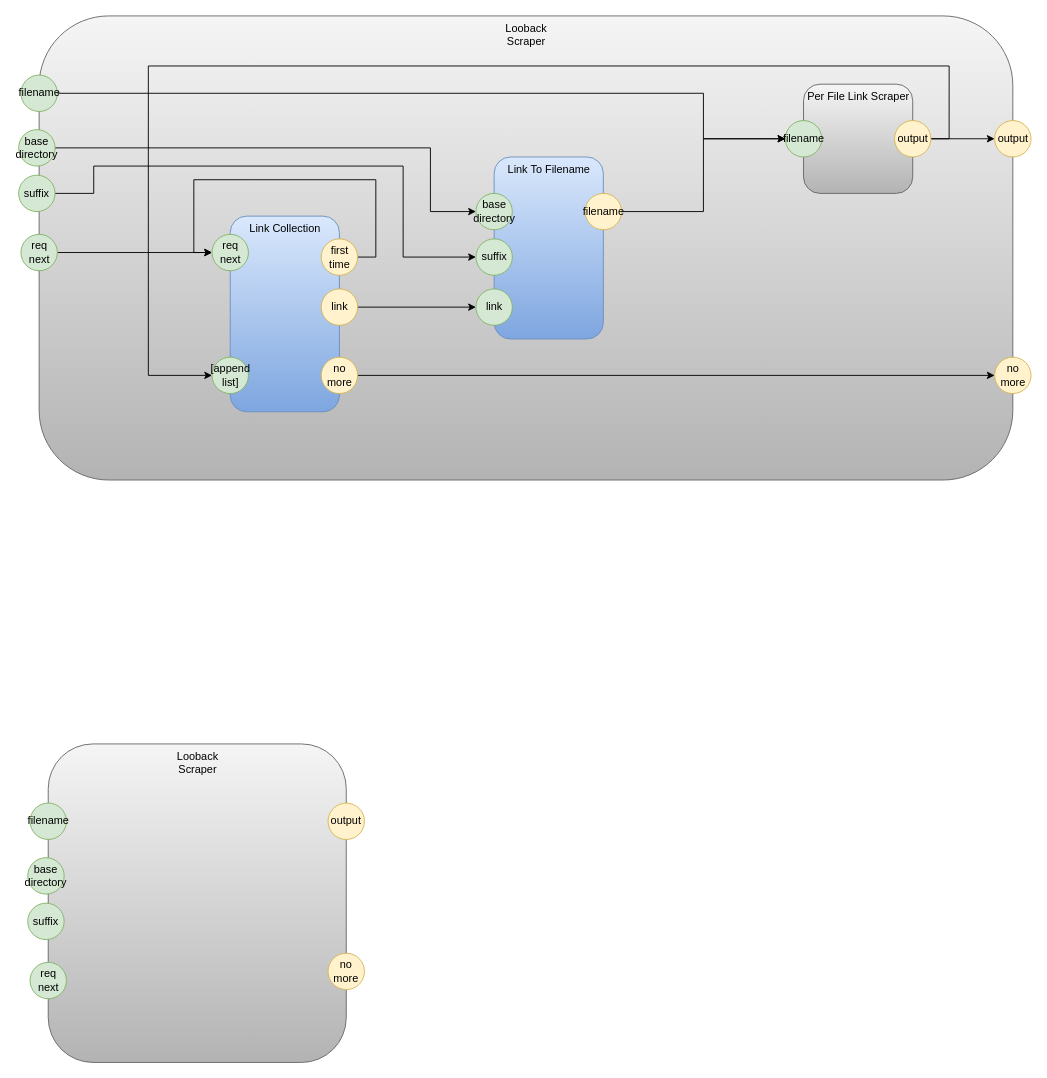
This is page "Loopback Scraper" (7 of 7) of pm-copy.drawio from guitarvydas/pypm, a draw.io file, before an edit. Source tidied: cells renumbered, new cells numbered last; positions are measured from the earlier drawing's top-left corner, leaving out a move shared by most shapes. Both pictures are drawn from the tidied source at 91%, with x=0, y=0 at pixel (18, 15).
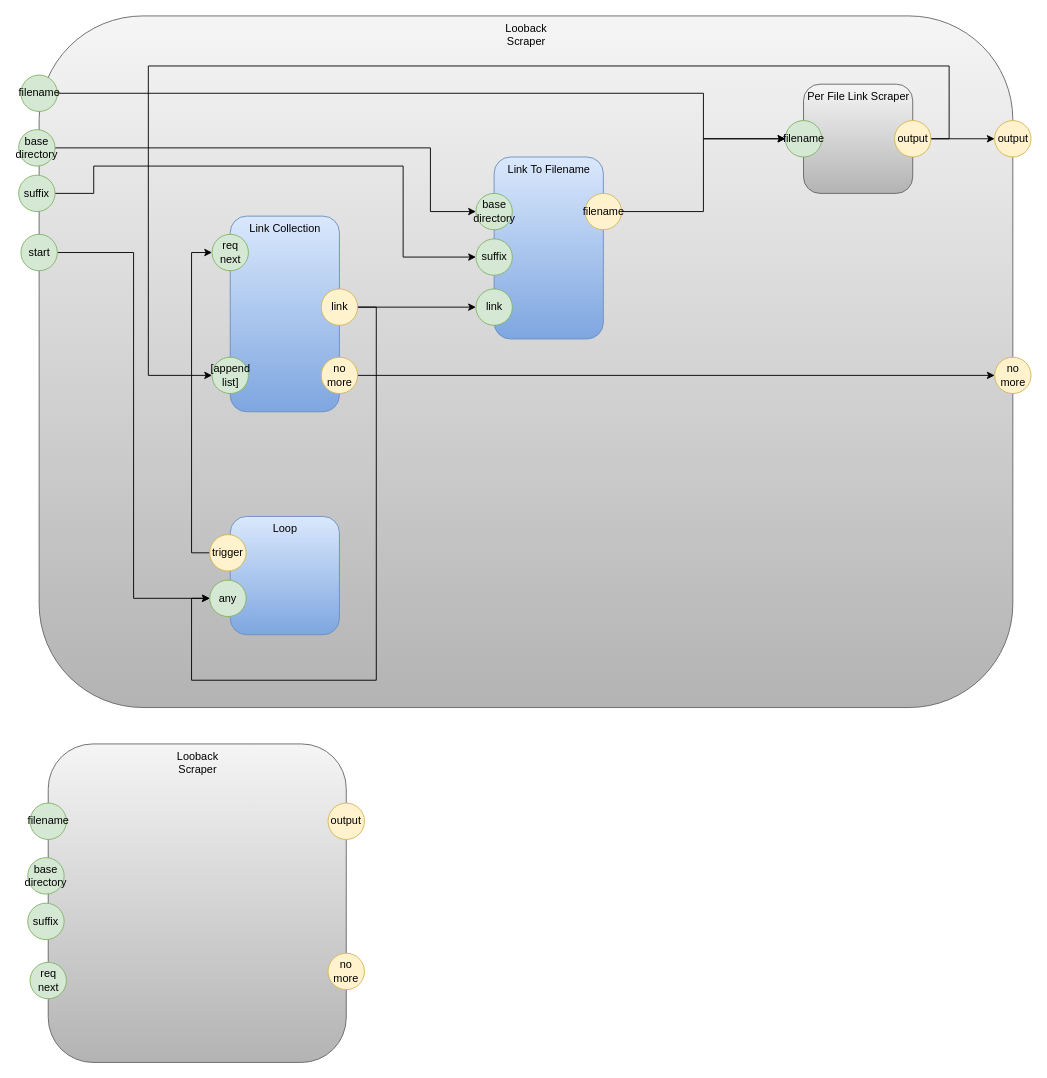
The same page after the edit.

The change refers to these unchanged cells:
```xml
<mxCell id="27" value="link" style="ellipse;whiteSpace=wrap;html=1;fillColor=#fff2cc;strokeColor=#d6b656;" parent="1" vertex="1">
  <mxGeometry x="332.5" y="300" width="40" height="40" as="geometry" />
</mxCell>
<mxCell id="30" value="req next" style="ellipse;whiteSpace=wrap;html=1;fillColor=#d5e8d4;strokeColor=#82b366;" parent="1" vertex="1">
  <mxGeometry x="212.5" y="240" width="40" height="40" as="geometry" />
</mxCell>
```

The edit, as a diff of the source:
```diff
@@
     <mxCell id="2" value="Looback&lt;br&gt;Scraper" style="rounded=1;whiteSpace=wrap;html=1;horizontal=1;verticalAlign=top;gradientColor=#b3b3b3;fillColor=#f5f5f5;strokeColor=#666666;" parent="1" vertex="1">
-      <mxGeometry x="22.5" width="1070" height="510" as="geometry" />
+      <mxGeometry x="22.5" width="1070" height="760" as="geometry" />
     </mxCell>
@@
-    <mxCell id="4" style="edgeStyle=orthogonalEdgeStyle;rounded=0;jettySize=auto;html=1;exitX=1;exitY=0.5;exitDx=0;exitDy=0;entryX=0;entryY=0.5;entryDx=0;entryDy=0;" parent="1" edge="1" source="5" target="30">
+    <mxCell id="4" style="edgeStyle=orthogonalEdgeStyle;rounded=0;jettySize=auto;html=1;exitX=1;exitY=0.5;exitDx=0;exitDy=0;entryX=0;entryY=0.5;entryDx=0;entryDy=0;" parent="1" edge="1" source="5" target="42">
       <mxGeometry relative="1" as="geometry" />
     </mxCell>
-    <mxCell id="5" value="req next" style="ellipse;whiteSpace=wrap;html=1;fillColor=#d5e8d4;strokeColor=#82b366;" parent="1" vertex="1">
+    <mxCell id="5" value="start" style="ellipse;whiteSpace=wrap;html=1;fillColor=#d5e8d4;strokeColor=#82b366;" parent="1" vertex="1">
       <mxGeometry x="2.5" y="240" width="40" height="40" as="geometry" />
     </mxCell>
@@
+    <mxCell id="40" style="edgeStyle=orthogonalEdgeStyle;rounded=0;jettySize=auto;html=1;exitX=1;exitY=0.5;exitDx=0;exitDy=0;entryX=0;entryY=0.5;entryDx=0;entryDy=0;" parent="1" edge="1" source="27" target="42">
+      <mxGeometry relative="1" as="geometry">
+        <Array as="points">
+          <mxPoint x="393" y="320" />
+          <mxPoint x="393" y="730" />
+          <mxPoint x="190" y="730" />
+          <mxPoint x="190" y="640" />
+        </Array>
+      </mxGeometry>
+    </mxCell>
@@
-    <mxCell id="31" style="edgeStyle=orthogonalEdgeStyle;jettySize=auto;html=1;exitX=1;exitY=0.5;exitDx=0;exitDy=0;rounded=0;" parent="1" edge="1" source="32">
-      <mxGeometry relative="1" as="geometry">
-        <mxPoint x="212.5" y="260" as="targetPoint" />
-        <Array as="points">
-          <mxPoint x="392.5" y="265" />
-          <mxPoint x="392.5" y="180" />
-          <mxPoint x="192.5" y="180" />
-          <mxPoint x="192.5" y="260" />
-        </Array>
-      </mxGeometry>
-    </mxCell>
-    <mxCell id="32" value="first time" style="ellipse;whiteSpace=wrap;html=1;fillColor=#fff2cc;strokeColor=#d6b656;" parent="1" vertex="1">
-      <mxGeometry x="332.5" y="245" width="40" height="40" as="geometry" />
-    </mxCell>
@@
+    <mxCell id="41" value="Loop" style="rounded=1;whiteSpace=wrap;html=1;horizontal=1;verticalAlign=top;fillColor=#dae8fc;strokeColor=#6c8ebf;gradientColor=#7ea6e0;" parent="1" vertex="1">
+      <mxGeometry x="232.5" y="550" width="120" height="130" as="geometry" />
+    </mxCell>
+    <mxCell id="42" value="any" style="ellipse;whiteSpace=wrap;html=1;fillColor=#d5e8d4;strokeColor=#82b366;" parent="1" vertex="1">
+      <mxGeometry x="210" y="620" width="40" height="40" as="geometry" />
+    </mxCell>
+    <mxCell id="43" style="edgeStyle=orthogonalEdgeStyle;rounded=0;jettySize=auto;html=1;exitX=0;exitY=0.5;exitDx=0;exitDy=0;entryX=0;entryY=0.5;entryDx=0;entryDy=0;" parent="1" edge="1" source="44" target="30">
+      <mxGeometry relative="1" as="geometry" />
+    </mxCell>
+    <mxCell id="44" value="trigger" style="ellipse;whiteSpace=wrap;html=1;fillColor=#fff2cc;strokeColor=#d6b656;" parent="1" vertex="1">
+      <mxGeometry x="210" y="570" width="40" height="40" as="geometry" />
+    </mxCell>
```
